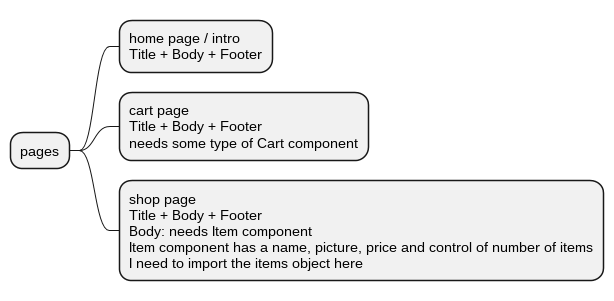
Earlier version of the PlantUML export other/pagesMindMap.png (justEstif/project-shopping-cart).
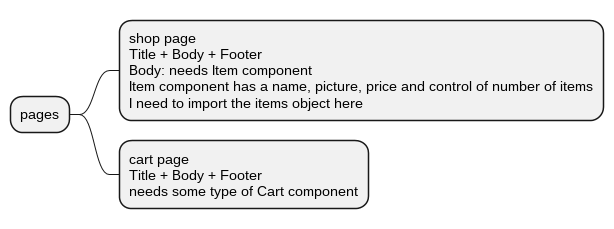
After the commit.

Diff of the diagram source:
```diff
@@ -1,13 +1,11 @@
 @startmindmap
 + pages
-**:home page / intro
-Title + Body + Footer;
-**:cart page
-Title + Body + Footer
-needs some type of Cart component;
 **:shop page
 Title + Body + Footer
 Body: needs Item component
 Item component has a name, picture, price and control of number of items
 I need to import the items object here;
+**:cart page
+Title + Body + Footer
+needs some type of Cart component;
 @endmindmap
```
